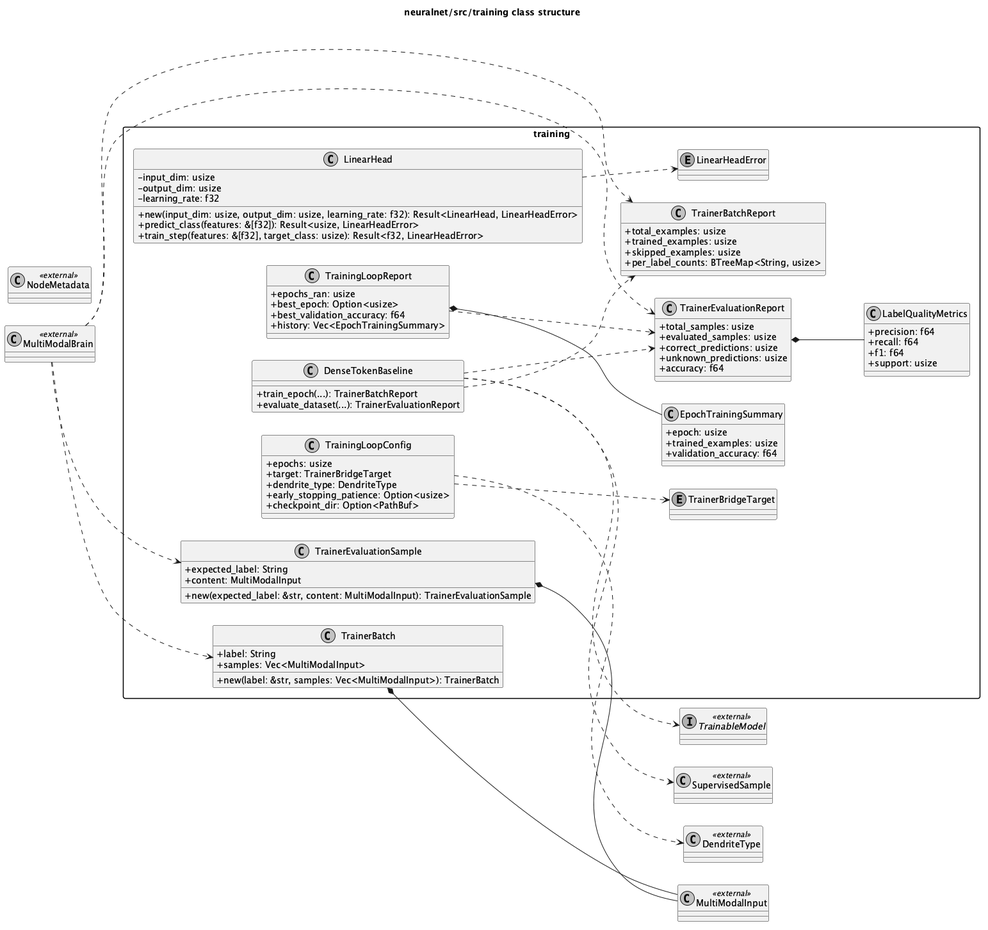
samcolak/neuron keeps this PlantUML diagram as library/neuralnet/src/training/architecture.png. Above is the earlier version.
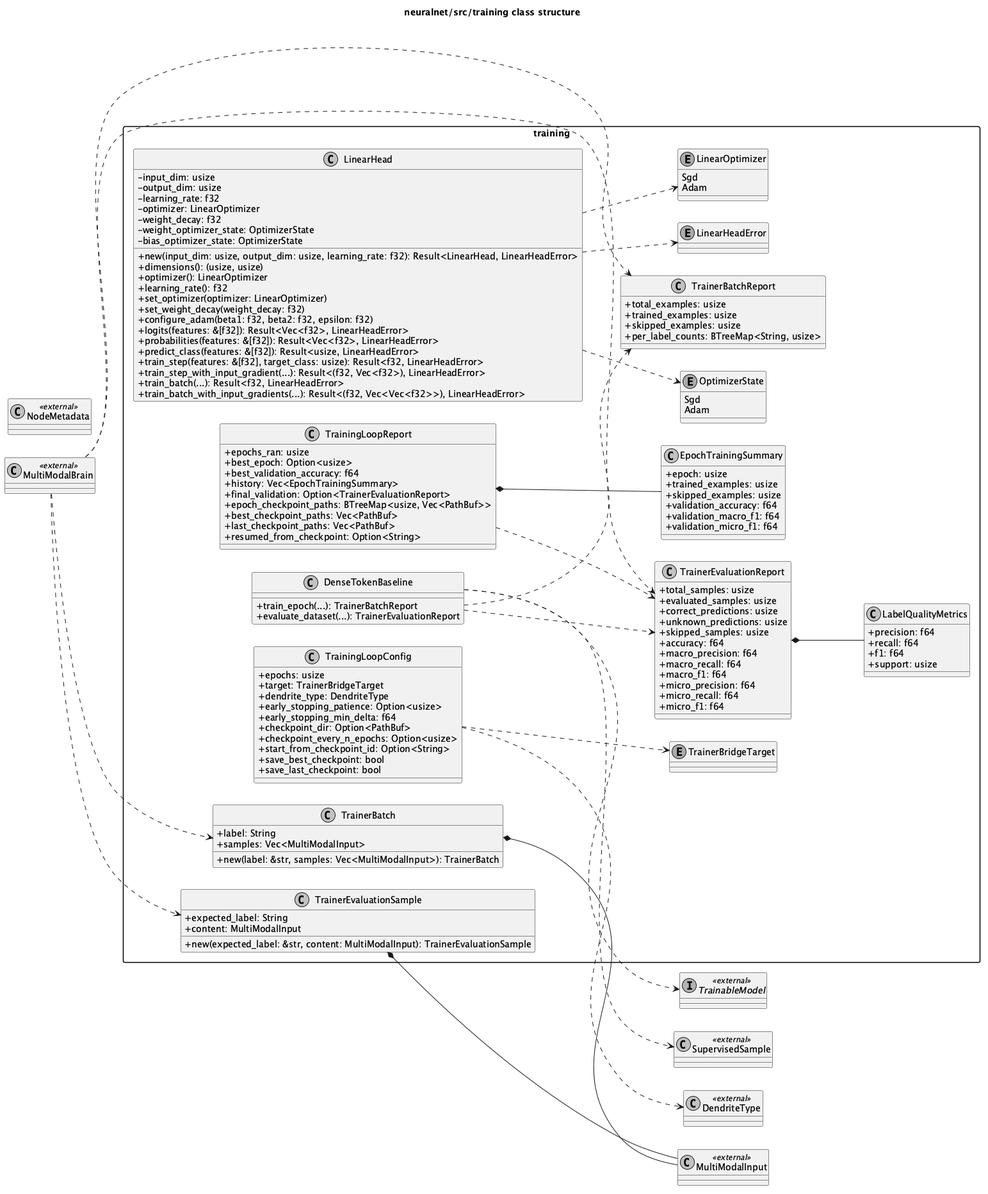
After the change.

What changed in the source:
```diff
@@ -33,7 +33,14 @@
     + evaluated_samples: usize
     + correct_predictions: usize
     + unknown_predictions: usize
+    + skipped_samples: usize
     + accuracy: f64
+    + macro_precision: f64
+    + macro_recall: f64
+    + macro_f1: f64
+    + micro_precision: f64
+    + micro_recall: f64
+    + micro_f1: f64
   }
 
   class LabelQualityMetrics {
@@ -48,13 +55,21 @@
     + target: TrainerBridgeTarget
     + dendrite_type: DendriteType
     + early_stopping_patience: Option<usize>
+    + early_stopping_min_delta: f64
     + checkpoint_dir: Option<PathBuf>
+    + checkpoint_every_n_epochs: Option<usize>
+    + start_from_checkpoint_id: Option<String>
+    + save_best_checkpoint: bool
+    + save_last_checkpoint: bool
   }
 
   class EpochTrainingSummary {
     + epoch: usize
     + trained_examples: usize
+    + skipped_examples: usize
     + validation_accuracy: f64
+    + validation_macro_f1: f64
+    + validation_micro_f1: f64
   }
 
   class TrainingLoopReport {
@@ -62,6 +77,21 @@
     + best_epoch: Option<usize>
     + best_validation_accuracy: f64
     + history: Vec<EpochTrainingSummary>
+    + final_validation: Option<TrainerEvaluationReport>
+    + epoch_checkpoint_paths: BTreeMap<usize, Vec<PathBuf>>
+    + best_checkpoint_paths: Vec<PathBuf>
+    + last_checkpoint_paths: Vec<PathBuf>
+    + resumed_from_checkpoint: Option<String>
+  }
+
+  enum LinearOptimizer {
+    Sgd
+    Adam
+  }
+
+  enum OptimizerState {
+    Sgd
+    Adam
   }
 
   class DenseTokenBaseline {
@@ -75,9 +105,24 @@
     - input_dim: usize
     - output_dim: usize
     - learning_rate: f32
+    - optimizer: LinearOptimizer
+    - weight_decay: f32
+    - weight_optimizer_state: OptimizerState
+    - bias_optimizer_state: OptimizerState
     + new(input_dim: usize, output_dim: usize, learning_rate: f32): Result<LinearHead, LinearHeadError>
+    + dimensions(): (usize, usize)
+    + optimizer(): LinearOptimizer
+    + learning_rate(): f32
+    + set_optimizer(optimizer: LinearOptimizer)
+    + set_weight_decay(weight_decay: f32)
+    + configure_adam(beta1: f32, beta2: f32, epsilon: f32)
+    + logits(features: &[f32]): Result<Vec<f32>, LinearHeadError>
+    + probabilities(features: &[f32]): Result<Vec<f32>, LinearHeadError>
     + predict_class(features: &[f32]): Result<usize, LinearHeadError>
     + train_step(features: &[f32], target_class: usize): Result<f32, LinearHeadError>
+    + train_step_with_input_gradient(...): Result<(f32, Vec<f32>), LinearHeadError>
+    + train_batch(...): Result<f32, LinearHeadError>
+    + train_batch_with_input_gradients(...): Result<(f32, Vec<Vec<f32>>), LinearHeadError>
   }
 }
 
@@ -108,4 +153,6 @@
 MultiModalBrain ..> TrainerEvaluationReport
 
 LinearHead ..> LinearHeadError
+LinearHead ..> LinearOptimizer
+LinearHead ..> OptimizerState
 @enduml
```
